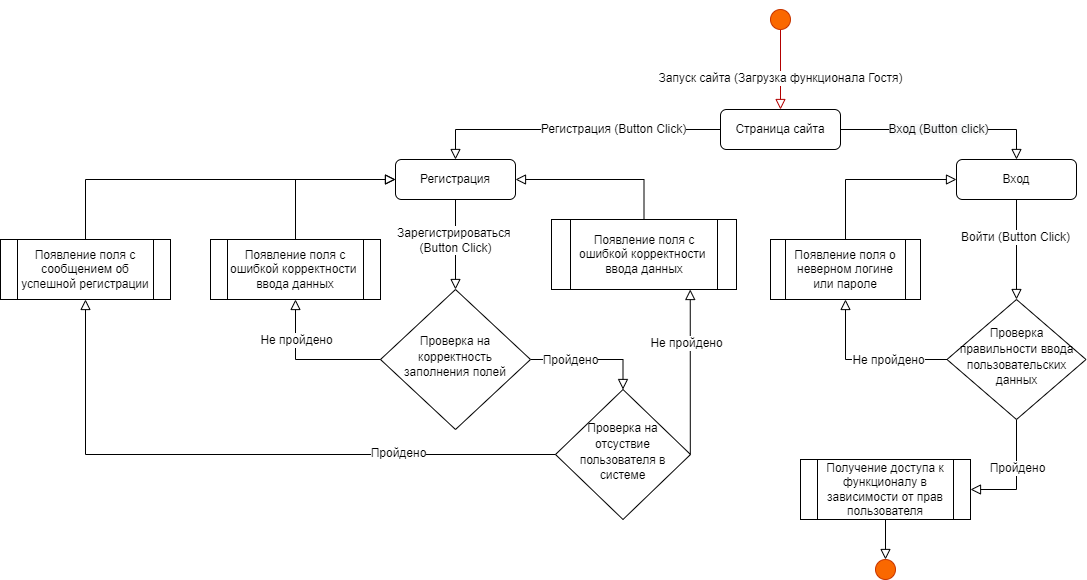
The draw.io diagram pictures/guest.diargramm.png in lezchook/WebResumeBlog, before a commit. Source tidied: cells renumbered, new cells last; positions are measured from the earlier drawing's top-left corner, leaving out a move shared by most shapes.
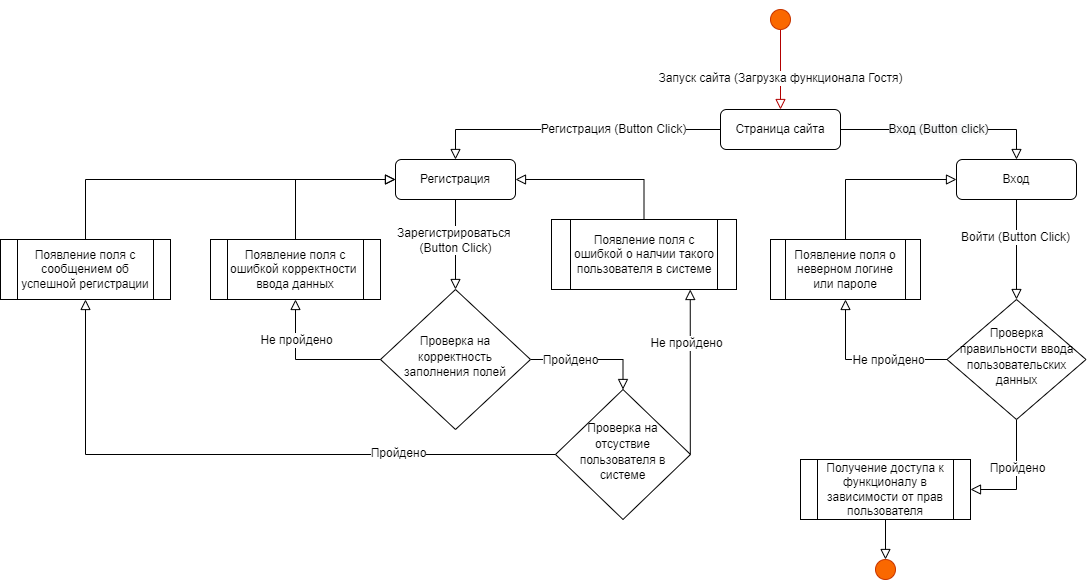
After the commit.

The edit, as a diff of the source:
```diff
@@ -127,7 +127,7 @@
         <mxPoint x="885" y="550" as="targetPoint" />
       </mxGeometry>
     </mxCell>
-    <mxCell id="38" value="&lt;font style=&quot;font-size: 12px&quot;&gt;Появление поля с ошибкой корректности&amp;nbsp; ввода данных&lt;/font&gt;" style="shape=process;whiteSpace=wrap;html=1;backgroundOutline=1;fontSize=10;" parent="1" vertex="1">
+    <mxCell id="38" value="&lt;font style=&quot;font-size: 12px&quot;&gt;Появление поля с ошибкой о налчии такого пользователя в системе&lt;/font&gt;" style="shape=process;whiteSpace=wrap;html=1;backgroundOutline=1;fontSize=10;" parent="1" vertex="1">
       <mxGeometry x="551" y="210" width="185" height="70" as="geometry" />
     </mxCell>
     <mxCell id="39" style="rounded=0;html=1;jettySize=auto;fontSize=11;endArrow=block;endFill=0;endSize=8;strokeWidth=1;shadow=0;labelBackgroundColor=none;edgeStyle=orthogonalEdgeStyle;entryX=0.75;entryY=1;entryDx=0;entryDy=0;exitX=1;exitY=0.5;exitDx=0;exitDy=0;" parent="1" edge="1" source="7" target="38">
```
